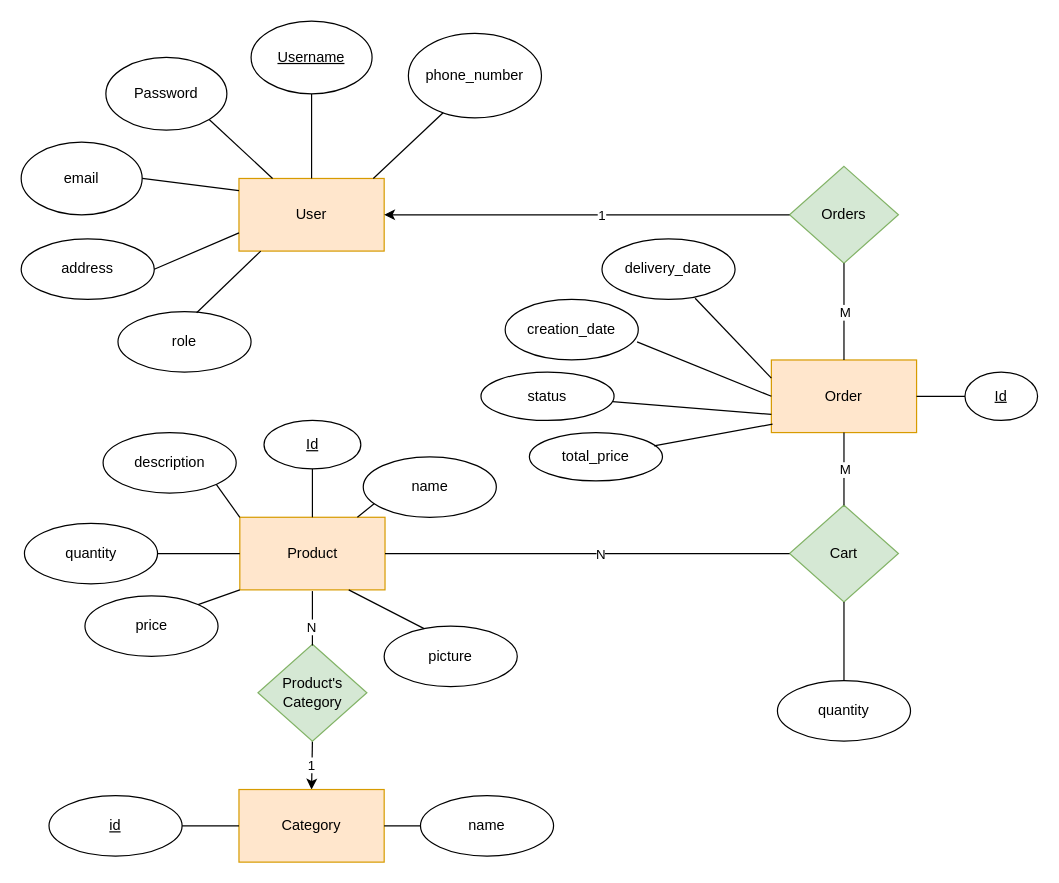
Above: page "Version 2.0" (2 of 3) of Docs/webshop-adatmodell.drawio in ETomi24/Webshop-backend (draw.io), before the change. Source tidied: cells renumbered, new cells numbered last; positions are measured from the earlier drawing's top-left corner, leaving out a move shared by most shapes. Both pictures are drawn from the tidied source at 121%, with x=0, y=0 at pixel (21, 21).
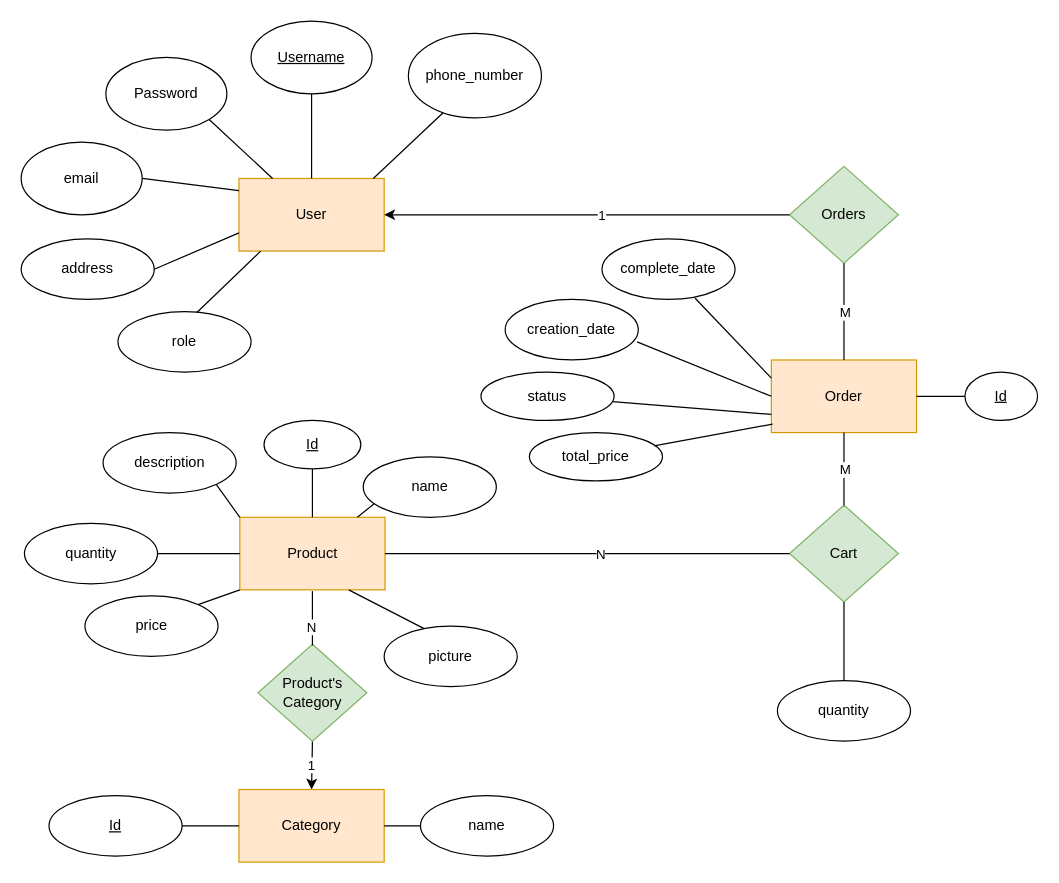
The same diagram, later.

What changed in the source:
```diff
@@
-    <mxCell id="49" value="delivery_date" style="ellipse;whiteSpace=wrap;html=1;" parent="1" vertex="1">
+    <mxCell id="49" value="complete_date" style="ellipse;whiteSpace=wrap;html=1;" parent="1" vertex="1">
       <mxGeometry x="480" y="180" width="110" height="50" as="geometry" />
     </mxCell>
@@
-    <mxCell id="58" value="&lt;u&gt;id&lt;/u&gt;" style="ellipse;whiteSpace=wrap;html=1;" parent="1" vertex="1">
+    <mxCell id="58" value="&lt;u&gt;Id&lt;/u&gt;" style="ellipse;whiteSpace=wrap;html=1;" parent="1" vertex="1">
       <mxGeometry x="23" y="640" width="110" height="50" as="geometry" />
     </mxCell>
```
